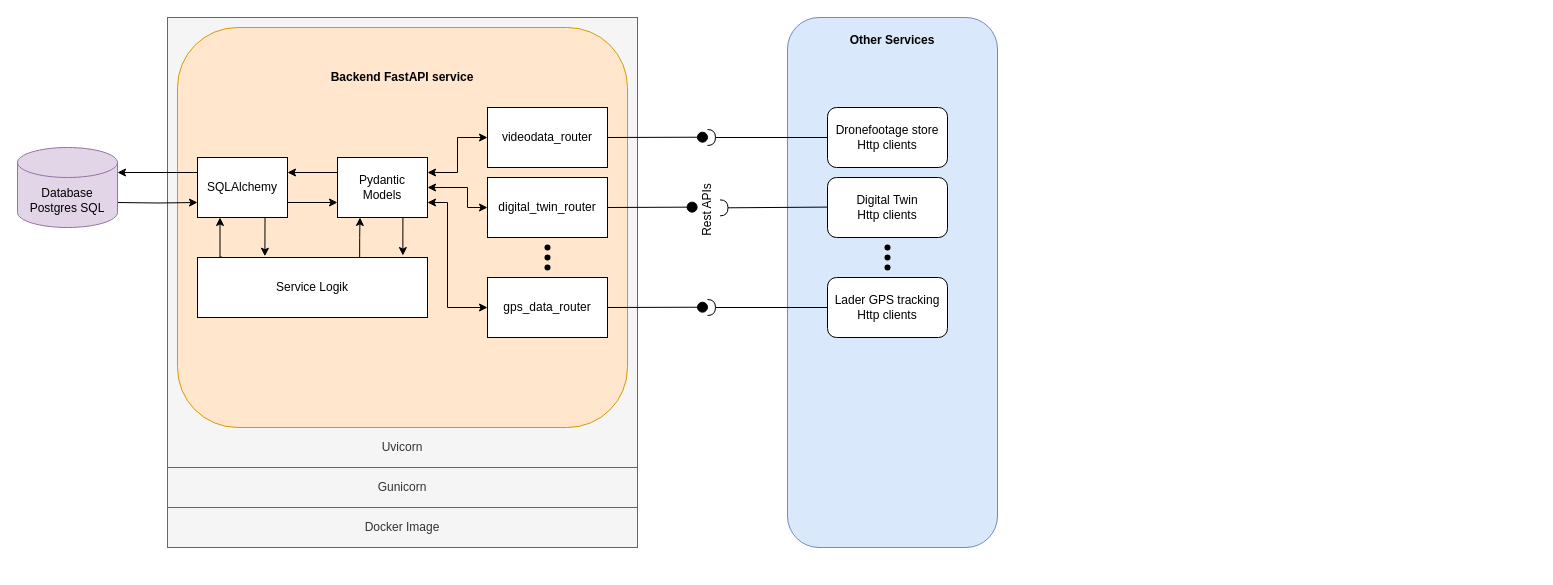
anotherAndre/DrawIO keeps this draw.io diagram as DOS Backend.drawio. Above is the earlier version. Source tidied: cells renumbered, new cells numbered last; positions are measured from the earlier drawing's top-left corner, leaving out a move shared by most shapes. Both pictures are drawn from the tidied source at 100%, with x=0, y=0 at pixel (17, 17).
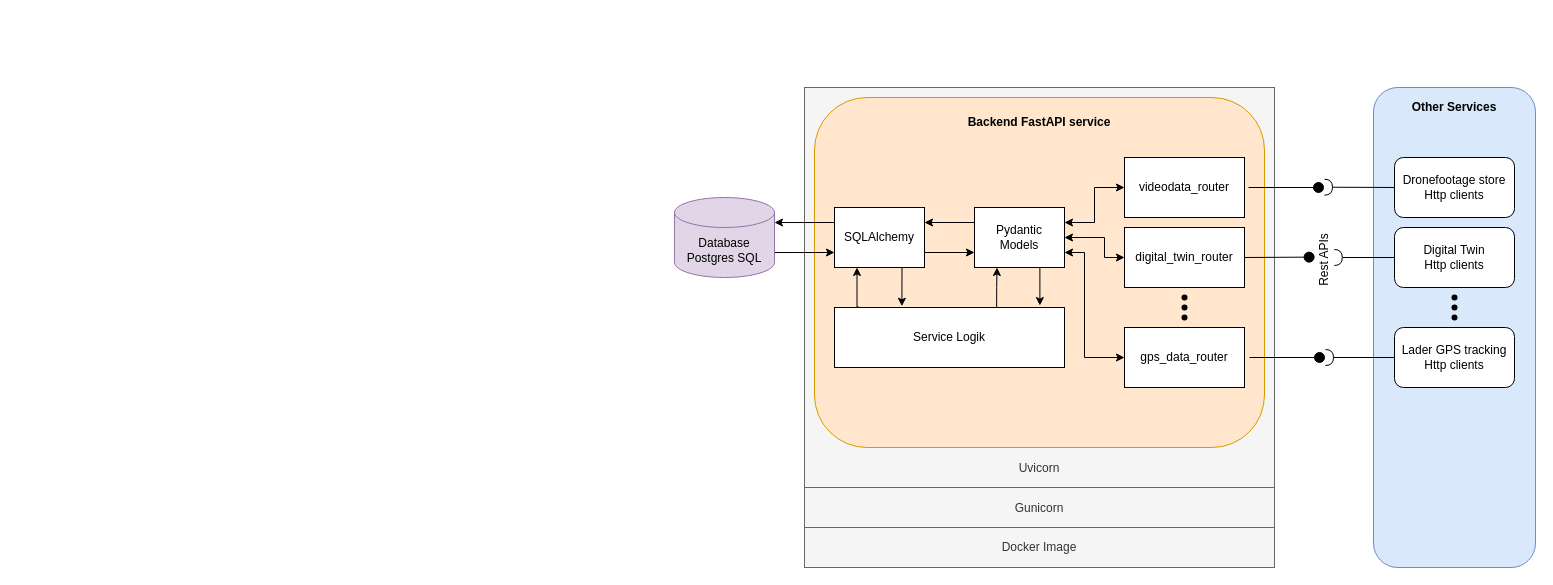
Above is the later version.

The edit, as a diff of the source:
```diff
@@
-    <mxCell id="2" value="Docker Image" style="rounded=0;whiteSpace=wrap;html=1;spacingTop=490;fillColor=#f5f5f5;fontColor=#333333;strokeColor=#666666;" parent="1" vertex="1">
-      <mxGeometry x="150" width="470" height="530" as="geometry" />
+    <mxCell id="2" value="Docker Image" style="rounded=0;whiteSpace=wrap;html=1;spacingTop=440;fillColor=#f5f5f5;fontColor=#333333;strokeColor=#666666;" parent="1" vertex="1">
+      <mxGeometry x="787" y="70" width="470" height="480" as="geometry" />
     </mxCell>
-    <mxCell id="3" value="Gunicorn" style="rounded=0;whiteSpace=wrap;html=1;spacingTop=450;fillColor=#f5f5f5;fontColor=#333333;strokeColor=#666666;" parent="1" vertex="1">
-      <mxGeometry x="150" width="470" height="490" as="geometry" />
+    <mxCell id="3" value="Gunicorn" style="rounded=0;whiteSpace=wrap;html=1;spacingTop=401;fillColor=#f5f5f5;fontColor=#333333;strokeColor=#666666;" parent="1" vertex="1">
+      <mxGeometry x="787" y="70" width="470" height="440" as="geometry" />
     </mxCell>
-    <mxCell id="4" value="Uvicorn" style="rounded=0;whiteSpace=wrap;html=1;spacingTop=410;fillColor=#f5f5f5;fontColor=#333333;strokeColor=#666666;" parent="1" vertex="1">
-      <mxGeometry x="150" width="470" height="450" as="geometry" />
+    <mxCell id="4" value="Uvicorn" style="rounded=0;whiteSpace=wrap;html=1;spacingTop=362;fillColor=#f5f5f5;fontColor=#333333;strokeColor=#666666;" parent="1" vertex="1">
+      <mxGeometry x="787" y="70" width="470" height="400" as="geometry" />
     </mxCell>
     <mxCell id="5" value="&lt;b&gt;Backend FastAPI service&lt;/b&gt;" style="rounded=1;whiteSpace=wrap;html=1;spacingTop=-300;fillColor=#ffe6cc;strokeColor=#d79b00;" parent="1" vertex="1">
-      <mxGeometry x="160" y="10" width="450" height="400" as="geometry" />
+      <mxGeometry x="797" y="80" width="450" height="350" as="geometry" />
     </mxCell>
@@
     <mxCell id="8" style="edgeStyle=orthogonalEdgeStyle;rounded=0;jettySize=auto;html=1;exitX=1;exitY=0.5;exitDx=0;exitDy=0;entryX=0;entryY=0.5;entryDx=0;entryDy=0;startArrow=classic;startFill=1;" parent="1" edge="1" source="10" target="22">
       <mxGeometry relative="1" as="geometry">
         <Array as="points">
-          <mxPoint x="450" y="170" />
-          <mxPoint x="450" y="190" />
+          <mxPoint x="1087" y="220" />
+          <mxPoint x="1087" y="240" />
         </Array>
       </mxGeometry>
     </mxCell>
     <mxCell id="9" style="edgeStyle=orthogonalEdgeStyle;rounded=0;jettySize=auto;html=1;exitX=1;exitY=0.75;exitDx=0;exitDy=0;entryX=0;entryY=0.5;entryDx=0;entryDy=0;startArrow=classic;startFill=1;" parent="1" edge="1" source="10" target="23">
       <mxGeometry relative="1" as="geometry">
         <Array as="points">
-          <mxPoint x="430" y="185" />
-          <mxPoint x="430" y="290" />
+          <mxPoint x="1067" y="235" />
+          <mxPoint x="1067" y="340" />
         </Array>
       </mxGeometry>
     </mxCell>
     <mxCell id="10" value="Pydantic Models" style="rounded=0;whiteSpace=wrap;html=1;" parent="1" vertex="1">
-      <mxGeometry x="320" y="140" width="90" height="60" as="geometry" />
+      <mxGeometry x="957" y="190" width="90" height="60" as="geometry" />
     </mxCell>
@@
-    <mxCell id="12" style="edgeStyle=orthogonalEdgeStyle;rounded=0;jettySize=auto;html=1;exitX=0;exitY=0.25;exitDx=0;exitDy=0;entryX=1;entryY=0.25;entryDx=0;entryDy=0;" parent="1" edge="1" source="13">
-      <mxGeometry relative="1" as="geometry">
-        <mxPoint x="100" y="155" as="targetPoint" />
-      </mxGeometry>
+    <mxCell id="12" style="edgeStyle=orthogonalEdgeStyle;rounded=0;jettySize=auto;html=1;exitX=0;exitY=0.25;exitDx=0;exitDy=0;entryX=1;entryY=0.313;entryDx=0;entryDy=0;entryPerimeter=0;" parent="1" edge="1" source="13" target="18">
+      <mxGeometry relative="1" as="geometry" />
     </mxCell>
     <mxCell id="13" value="SQLAlchemy" style="rounded=0;whiteSpace=wrap;html=1;" parent="1" vertex="1">
-      <mxGeometry x="180" y="140" width="90" height="60" as="geometry" />
+      <mxGeometry x="817" y="190" width="90" height="60" as="geometry" />
     </mxCell>
-    <mxCell id="14" style="edgeStyle=orthogonalEdgeStyle;rounded=0;jettySize=auto;html=1;exitX=1;exitY=0.75;exitDx=0;exitDy=0;entryX=0;entryY=0.75;entryDx=0;entryDy=0;" parent="1" edge="1" target="13">
-      <mxGeometry relative="1" as="geometry">
-        <mxPoint x="100" y="185" as="sourcePoint" />
-      </mxGeometry>
+    <mxCell id="14" style="edgeStyle=orthogonalEdgeStyle;rounded=0;jettySize=auto;html=1;exitX=0.997;exitY=0.688;exitDx=0;exitDy=0;entryX=0;entryY=0.75;entryDx=0;entryDy=0;exitPerimeter=0;" parent="1" edge="1" source="18" target="13">
+      <mxGeometry relative="1" as="geometry" />
     </mxCell>
     <mxCell id="15" value="Service Logik" style="rounded=0;whiteSpace=wrap;html=1;" parent="1" vertex="1">
-      <mxGeometry x="180" y="240" width="230" height="60" as="geometry" />
+      <mxGeometry x="817" y="290" width="230" height="60" as="geometry" />
     </mxCell>
@@
     <mxCell id="18" value="Database&lt;div&gt;Postgres SQL&lt;/div&gt;" style="shape=cylinder3;whiteSpace=wrap;html=1;boundedLbl=1;backgroundOutline=1;size=15;fillColor=#e1d5e7;strokeColor=#9673a6;" parent="1" vertex="1">
-      <mxGeometry y="130" width="100" height="80" as="geometry" />
+      <mxGeometry x="657" y="180" width="100" height="80" as="geometry" />
     </mxCell>
@@
     <mxCell id="21" value="videodata_router" style="rounded=0;whiteSpace=wrap;html=1;" parent="1" vertex="1">
-      <mxGeometry x="470" y="90" width="120" height="60" as="geometry" />
+      <mxGeometry x="1107" y="140" width="120" height="60" as="geometry" />
     </mxCell>
     <mxCell id="22" value="digital_twin_router" style="rounded=0;whiteSpace=wrap;html=1;" parent="1" vertex="1">
-      <mxGeometry x="470" y="160" width="120" height="60" as="geometry" />
+      <mxGeometry x="1107" y="210" width="120" height="60" as="geometry" />
     </mxCell>
     <mxCell id="23" value="gps_data_router" style="rounded=0;whiteSpace=wrap;html=1;" parent="1" vertex="1">
-      <mxGeometry x="470" y="260" width="120" height="60" as="geometry" />
+      <mxGeometry x="1107" y="310" width="120" height="60" as="geometry" />
     </mxCell>
     <mxCell id="24" style="shape=waypoint;sketch=0;fillStyle=solid;size=6;fillColor=none;perimeter=centerPerimeter;" parent="1" vertex="1">
-      <mxGeometry x="520" y="220" width="20" height="20" as="geometry" />
+      <mxGeometry x="1157" y="270" width="20" height="20" as="geometry" />
     </mxCell>
     <mxCell id="25" style="shape=waypoint;sketch=0;fillStyle=solid;size=6;fillColor=none;perimeter=centerPerimeter;" parent="1" vertex="1">
-      <mxGeometry x="520" y="230" width="20" height="20" as="geometry" />
+      <mxGeometry x="1157" y="280" width="20" height="20" as="geometry" />
     </mxCell>
     <mxCell id="26" style="shape=waypoint;sketch=0;fillStyle=solid;size=6;fillColor=none;perimeter=centerPerimeter;" parent="1" vertex="1">
-      <mxGeometry x="520" y="240" width="20" height="20" as="geometry" />
+      <mxGeometry x="1157" y="290" width="20" height="20" as="geometry" />
     </mxCell>
-    <mxCell id="27" value="&lt;b&gt;Other Services&lt;/b&gt;" style="rounded=1;whiteSpace=wrap;html=1;spacingTop=-484;fillColor=#dae8fc;strokeColor=#6c8ebf;" parent="1" vertex="1">
-      <mxGeometry x="770" width="210" height="530" as="geometry" />
+    <mxCell id="27" value="&lt;b&gt;Other Services&lt;/b&gt;" style="rounded=1;whiteSpace=wrap;html=1;spacingTop=-440;fillColor=#dae8fc;strokeColor=#6c8ebf;" parent="1" vertex="1">
+      <mxGeometry x="1356" y="70" width="162" height="480" as="geometry" />
     </mxCell>
     <mxCell id="28" value="&lt;div&gt;Dronefootage store Http clients&lt;/div&gt;" style="rounded=1;whiteSpace=wrap;html=1;" parent="1" vertex="1">
-      <mxGeometry x="810" y="90" width="120" height="60" as="geometry" />
+      <mxGeometry x="1377" y="140" width="120" height="60" as="geometry" />
     </mxCell>
     <mxCell id="29" style="rounded=0;jettySize=auto;html=1;endArrow=halfCircle;endFill=0;endSize=6;strokeWidth=1;sketch=0;exitX=0;exitY=0.5;exitDx=0;exitDy=0;" parent="1" edge="1" source="28">
       <mxGeometry relative="1" as="geometry">
-        <mxPoint x="690" y="120" as="targetPoint" />
+        <mxPoint x="1307" y="169.7" as="targetPoint" />
       </mxGeometry>
     </mxCell>
-    <mxCell id="30" style="rounded=0;jettySize=auto;html=1;endArrow=oval;endFill=1;sketch=0;sourcePerimeterSpacing=0;targetPerimeterSpacing=0;endSize=10;exitX=1;exitY=0.5;exitDx=0;exitDy=0;" parent="1" edge="1" source="21">
+    <mxCell id="30" style="rounded=0;orthogonalLoop=1;jettySize=auto;html=1;endArrow=oval;endFill=1;sketch=0;sourcePerimeterSpacing=0;targetPerimeterSpacing=0;endSize=10;exitX=1;exitY=0.5;exitDx=0;exitDy=0;" parent="1" edge="1">
       <mxGeometry relative="1" as="geometry">
-        <mxPoint x="685" y="119.7" as="targetPoint" />
+        <mxPoint x="1231" y="170" as="sourcePoint" />
+        <mxPoint x="1301" y="170" as="targetPoint" />
       </mxGeometry>
     </mxCell>
     <mxCell id="31" style="ellipse;whiteSpace=wrap;html=1;align=center;fillColor=none;strokeColor=none;perimeter=centerPerimeter;" parent="1" vertex="1">
-      <mxGeometry x="595" y="260" width="10" height="10" as="geometry" />
+      <mxGeometry x="1232" y="310" width="10" height="10" as="geometry" />
     </mxCell>
     <mxCell id="32" value="Digital Twin&lt;div&gt;Http clients&lt;/div&gt;" style="rounded=1;whiteSpace=wrap;html=1;" parent="1" vertex="1">
-      <mxGeometry x="810" y="160" width="120" height="60" as="geometry" />
+      <mxGeometry x="1377" y="210" width="120" height="60" as="geometry" />
     </mxCell>
-    <mxCell id="33" style="rounded=0;jettySize=auto;html=1;endArrow=halfCircle;endFill=0;endSize=6;strokeWidth=1;sketch=0;exitX=0;exitY=0.5;exitDx=0;exitDy=0;entryX=0.533;entryY=0.917;entryDx=0;entryDy=0;entryPerimeter=0;" parent="1" edge="1" target="38">
+    <mxCell id="33" style="rounded=0;jettySize=auto;html=1;endArrow=halfCircle;endFill=0;endSize=6;strokeWidth=1;sketch=0;exitX=0;exitY=0.5;exitDx=0;exitDy=0;entryX=0.537;entryY=0.959;entryDx=0;entryDy=0;entryPerimeter=0;" parent="1" edge="1" source="32">
       <mxGeometry relative="1" as="geometry">
-        <mxPoint x="810" y="189.6" as="sourcePoint" />
+        <mxPoint x="1316.8" y="240" as="targetPoint" />
       </mxGeometry>
     </mxCell>
     <mxCell id="34" style="rounded=0;jettySize=auto;html=1;endArrow=oval;endFill=1;sketch=0;sourcePerimeterSpacing=0;targetPerimeterSpacing=0;endSize=10;exitX=1;exitY=0.5;exitDx=0;exitDy=0;entryX=0.542;entryY=-0.013;entryDx=0;entryDy=0;entryPerimeter=0;" parent="1" edge="1" target="38">
       <mxGeometry relative="1" as="geometry">
-        <mxPoint x="590" y="190" as="sourcePoint" />
+        <mxPoint x="1227" y="240" as="sourcePoint" />
       </mxGeometry>
     </mxCell>
     <mxCell id="35" value="&lt;div&gt;Lader GPS tracking Http clients&lt;/div&gt;" style="rounded=1;whiteSpace=wrap;html=1;" parent="1" vertex="1">
-      <mxGeometry x="810" y="260" width="120" height="60" as="geometry" />
+      <mxGeometry x="1377" y="310" width="120" height="60" as="geometry" />
     </mxCell>
     <mxCell id="36" style="rounded=0;jettySize=auto;html=1;endArrow=halfCircle;endFill=0;endSize=6;strokeWidth=1;sketch=0;exitX=0;exitY=0.5;exitDx=0;exitDy=0;" parent="1" edge="1" source="35">
       <mxGeometry relative="1" as="geometry">
-        <mxPoint x="690" y="290" as="targetPoint" />
+        <mxPoint x="1308" y="340" as="targetPoint" />
       </mxGeometry>
     </mxCell>
     <mxCell id="37" style="rounded=0;orthogonalLoop=1;jettySize=auto;html=1;endArrow=oval;endFill=1;sketch=0;sourcePerimeterSpacing=0;targetPerimeterSpacing=0;endSize=10;exitX=1;exitY=0.5;exitDx=0;exitDy=0;" parent="1" edge="1">
       <mxGeometry relative="1" as="geometry">
-        <mxPoint x="590" y="290" as="sourcePoint" />
-        <mxPoint x="685" y="289.7" as="targetPoint" />
+        <mxPoint x="1232" y="340" as="sourcePoint" />
+        <mxPoint x="1302" y="340" as="targetPoint" />
       </mxGeometry>
     </mxCell>
     <mxCell id="38" value="Rest APIs" style="text;html=1;align=center;verticalAlign=middle;points=[];strokeColor=none;fillColor=none;rotation=-90;" parent="1" vertex="1">
-      <mxGeometry x="650" y="178" width="80" height="30" as="geometry" />
+      <mxGeometry x="1267" y="228" width="80" height="30" as="geometry" />
     </mxCell>
     <mxCell id="39" style="shape=waypoint;sketch=0;fillStyle=solid;size=6;fillColor=none;perimeter=centerPerimeter;" parent="1" vertex="1">
-      <mxGeometry x="860" y="220" width="20" height="20" as="geometry" />
+      <mxGeometry x="1427" y="270" width="20" height="20" as="geometry" />
     </mxCell>
     <mxCell id="40" style="shape=waypoint;sketch=0;fillStyle=solid;size=6;fillColor=none;perimeter=centerPerimeter;" parent="1" vertex="1">
-      <mxGeometry x="860" y="230" width="20" height="20" as="geometry" />
+      <mxGeometry x="1427" y="280" width="20" height="20" as="geometry" />
     </mxCell>
     <mxCell id="41" style="shape=waypoint;sketch=0;fillStyle=solid;size=6;fillColor=none;perimeter=centerPerimeter;" parent="1" vertex="1">
-      <mxGeometry x="860" y="240" width="20" height="20" as="geometry" />
+      <mxGeometry x="1427" y="290" width="20" height="20" as="geometry" />
     </mxCell>
```
